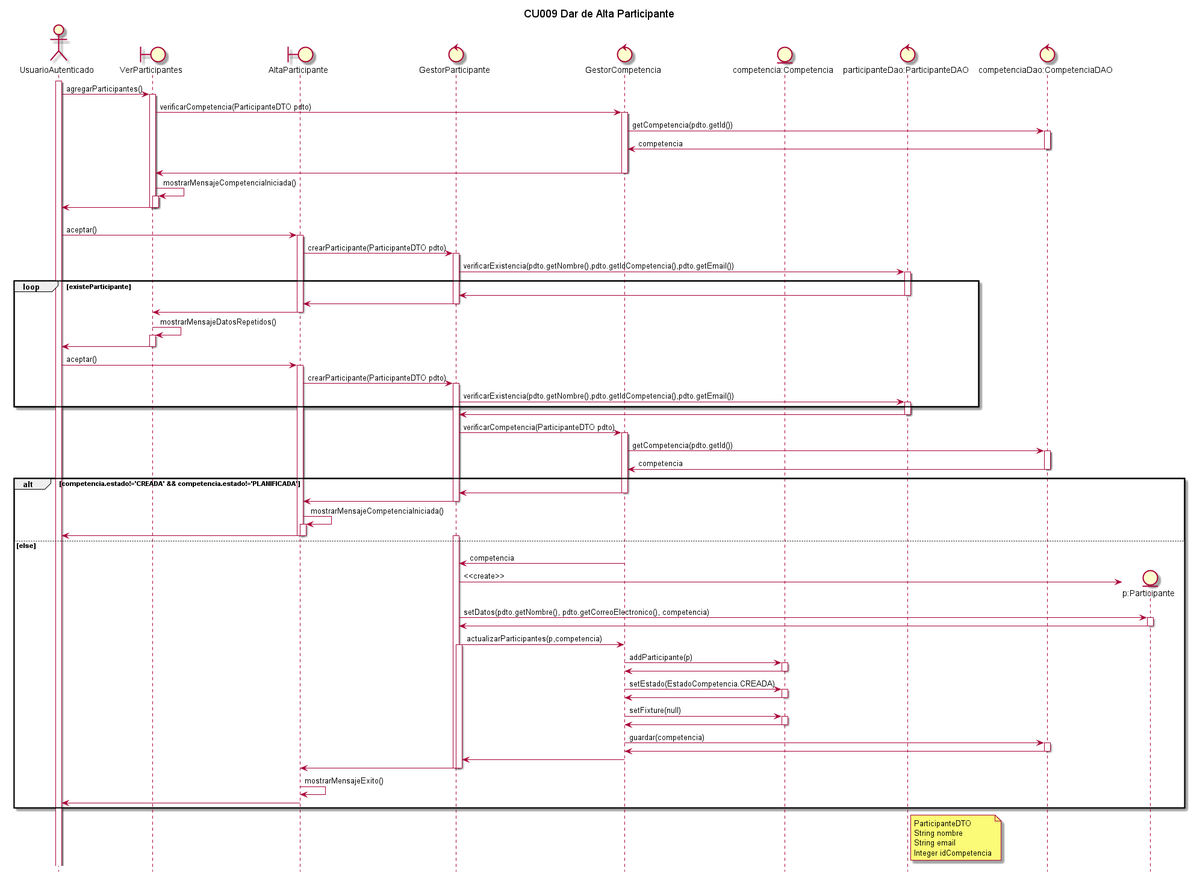
Before: documentacion/codigos/cu009.png, a diagram exported from PlantUML (fideldalmasso/dondeJuego). The source it was exported from:
```plantuml
@startuml

actor UsuarioAutenticado
title CU009 Dar de Alta Participante
boundary VerParticipantes
boundary AltaParticipante
control GestorParticipante
control GestorCompetencia
entity "competencia:Competencia" as CC
control "participanteDao:ParticipanteDAO" as PD
control "competenciaDao:CompetenciaDAO" as CD

activate UsuarioAutenticado
UsuarioAutenticado -> VerParticipantes: agregarParticipantes()

activate VerParticipantes
VerParticipantes -> GestorCompetencia: verificarCompetencia(ParticipanteDTO pdto)
activate GestorCompetencia
GestorCompetencia -> CD: getCompetencia(pdto.getId())
activate CD
CD -> GestorCompetencia: competencia
deactivate CD




alt competencia.estado!='CREADA' && competencia.estado!='PLANIFICADA2'
    GestorCompetencia -> VerParticipantes
    deactivate GestorCompetencia
VerParticipantes -> VerParticipantes: mostrarMensajeCompetenciaIniciada()
    activate VerParticipantes
    VerParticipantes -> UsuarioAutenticado
    deactivate VerParticipantes
    deactivate VerParticipantes

else else

UsuarioAutenticado -> AltaParticipante: aceptar()

activate AltaParticipante
AltaParticipante -> GestorParticipante: crearParticipante(ParticipanteDTO pdto)
activate GestorParticipante


GestorParticipante -> PD: verificarExistencia(pdto.getNombre(),pdto.getIdCompetencia(),pdto.getEmail())
activate PD
loop existeParticipante
PD -> GestorParticipante
 deactivate PD
GestorParticipante -> AltaParticipante
 deactivate GestorParticipante
AltaParticipante -> VerParticipantes
    deactivate AltaParticipante
VerParticipantes -> VerParticipantes: mostrarMensajeDatosRepetidos()
    activate VerParticipantes
    VerParticipantes -> UsuarioAutenticado
    deactivate VerParticipantes
    UsuarioAutenticado -> AltaParticipante: aceptar()
    activate AltaParticipante
AltaParticipante -> GestorParticipante: crearParticipante(ParticipanteDTO pdto)
activate GestorParticipante
    GestorParticipante -> PD: verificarExistencia(pdto.getNombre(),pdto.getIdCompetencia(),pdto.getEmail())
activate PD

end

PD -> GestorParticipante
 deactivate PD

GestorParticipante -> GestorCompetencia: verificarCompetencia(ParticipanteDTO pdto)
activate GestorCompetencia
GestorCompetencia -> CD: getCompetencia(pdto.getId())
activate CD
CD -> GestorCompetencia: competencia
deactivate CD




alt competencia.estado!='CREADA' && competencia.estado!='PLANIFICADA'
    GestorCompetencia -> GestorParticipante
    deactivate GestorCompetencia
GestorParticipante -> AltaParticipante
deactivate GestorParticipante
AltaParticipante-> AltaParticipante: mostrarMensajeCompetenciaIniciada()
    activate AltaParticipante
    AltaParticipante-> UsuarioAutenticado
    deactivate AltaParticipante
    deactivate AltaParticipante

else else
activate GestorParticipante
GestorCompetencia -> GestorParticipante: competencia
deactivate GestorCompetencia
create entity "p:Participante" as PP

GestorParticipante -> PP: <<create>>
GestorParticipante -> PP: setDatos(pdto.getNombre(), pdto.getCorreoElectronico(), competencia)

activate PP
PP -> GestorParticipante
deactivate PP
GestorParticipante -> GestorCompetencia: actualizarParticipantes(p,competencia)
activate GestorParticipante
GestorCompetencia -> CC: addParticipante(p)
activate CC
CC -> GestorCompetencia
deactivate CC
GestorCompetencia -> CC: setEstado(EstadoCompetencia.CREADA)
activate CC
CC -> GestorCompetencia
deactivate CC
GestorCompetencia -> CC: setFixture(null)
activate CC
CC -> GestorCompetencia
deactivate CC
GestorCompetencia -> CD: guardar(competencia)
activate CD
CD -> GestorCompetencia
deactivate CD
GestorCompetencia -> GestorParticipante
deactivate GestorCompetencia
GestorParticipante -> AltaParticipante
deactivate GestorParticipante
deactivate GestorParticipante
deactivate GestorParticipante

AltaParticipante -> AltaParticipante: mostrarMensajeExito()

AltaParticipante -> UsuarioAutenticado
deactivate AltaParticipante
end

note right of PD
ParticipanteDTO
String nombre
String email
Integer idCompetencia
end note

hide footbox

@enduml
```
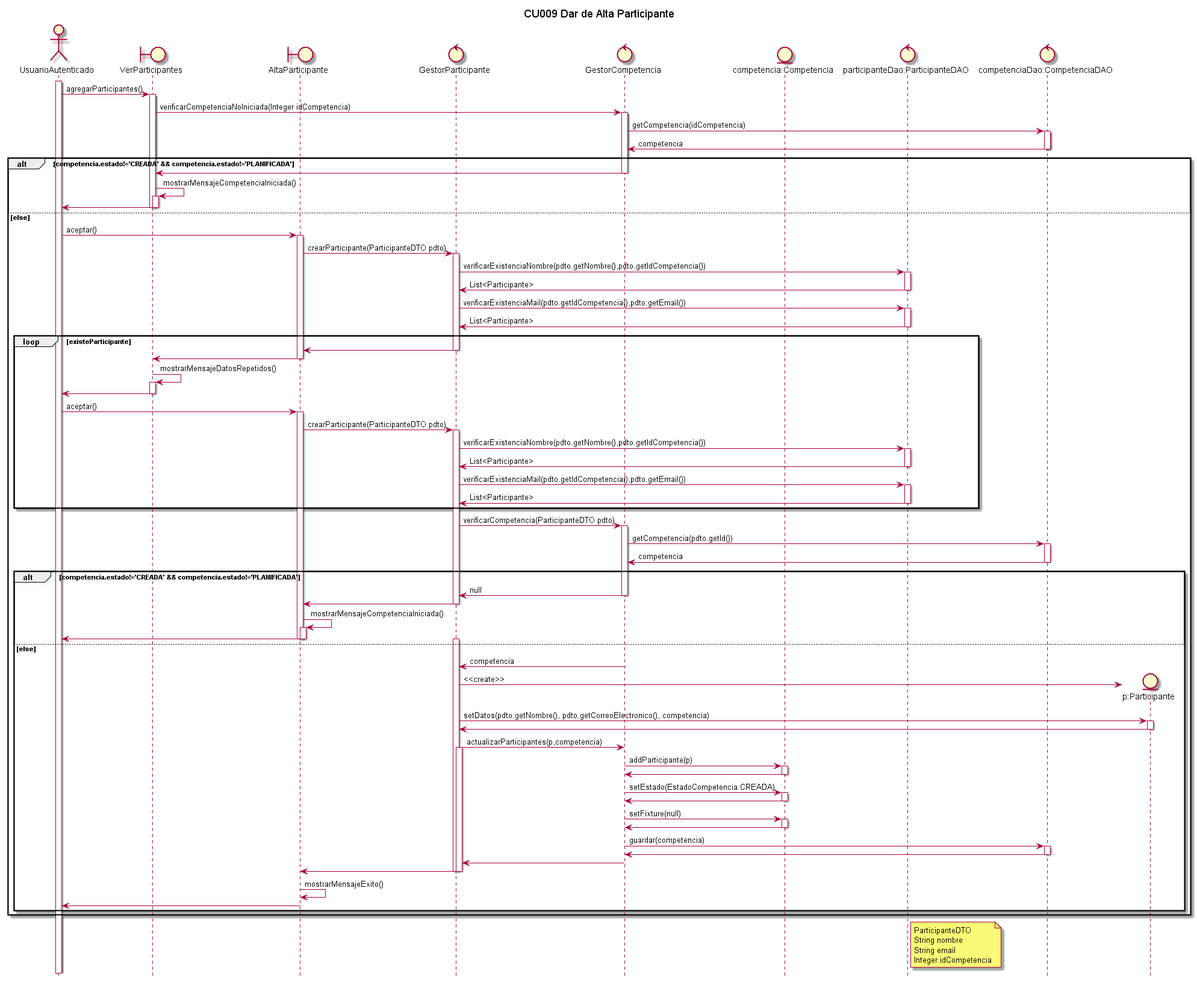
Above is the later version.

Diff of the diagram source:
```diff
@@ -14,9 +14,9 @@
 UsuarioAutenticado -> VerParticipantes: agregarParticipantes()
 
 activate VerParticipantes
-VerParticipantes -> GestorCompetencia: verificarCompetencia(ParticipanteDTO pdto)
+VerParticipantes -> GestorCompetencia: verificarCompetenciaNoIniciada(Integer idCompetencia)
 activate GestorCompetencia
-GestorCompetencia -> CD: getCompetencia(pdto.getId())
+GestorCompetencia -> CD: getCompetencia(idCompetencia)
 activate CD
 CD -> GestorCompetencia: competencia
 deactivate CD
@@ -24,7 +24,7 @@
 
 
 
-alt competencia.estado!='CREADA' && competencia.estado!='PLANIFICADA2'
+alt competencia.estado!='CREADA' && competencia.estado!='PLANIFICADA'
     GestorCompetencia -> VerParticipantes
     deactivate GestorCompetencia
 VerParticipantes -> VerParticipantes: mostrarMensajeCompetenciaIniciada()
@@ -42,11 +42,15 @@
 activate GestorParticipante
 
 
-GestorParticipante -> PD: verificarExistencia(pdto.getNombre(),pdto.getIdCompetencia(),pdto.getEmail())
+GestorParticipante -> PD: verificarExistenciaNombre(pdto.getNombre(),pdto.getIdCompetencia())
 activate PD
+PD -> GestorParticipante: List<Participante>
+deactivate PD
+GestorParticipante -> PD: verificarExistenciaMail(pdto.getIdCompetencia(),pdto.getEmail())
+activate PD
+PD -> GestorParticipante: List<Participante>
+deactivate PD
 loop existeParticipante
-PD -> GestorParticipante
- deactivate PD
 GestorParticipante -> AltaParticipante
  deactivate GestorParticipante
 AltaParticipante -> VerParticipantes
@@ -59,13 +63,17 @@
     activate AltaParticipante
 AltaParticipante -> GestorParticipante: crearParticipante(ParticipanteDTO pdto)
 activate GestorParticipante
-    GestorParticipante -> PD: verificarExistencia(pdto.getNombre(),pdto.getIdCompetencia(),pdto.getEmail())
+    GestorParticipante -> PD: verificarExistenciaNombre(pdto.getNombre(),pdto.getIdCompetencia())
 activate PD
+PD -> GestorParticipante: List<Participante>
+deactivate PD
+GestorParticipante -> PD: verificarExistenciaMail(pdto.getIdCompetencia(),pdto.getEmail())
+activate PD
+PD -> GestorParticipante: List<Participante>
+deactivate PD
 
 end
 
-PD -> GestorParticipante
- deactivate PD
 
 GestorParticipante -> GestorCompetencia: verificarCompetencia(ParticipanteDTO pdto)
 activate GestorCompetencia
@@ -78,7 +86,7 @@
 
 
 alt competencia.estado!='CREADA' && competencia.estado!='PLANIFICADA'
-    GestorCompetencia -> GestorParticipante
+    GestorCompetencia -> GestorParticipante: null
     deactivate GestorCompetencia
 GestorParticipante -> AltaParticipante
 deactivate GestorParticipante
@@ -130,7 +138,7 @@
 AltaParticipante -> UsuarioAutenticado
 deactivate AltaParticipante
 end
-
+end
 note right of PD
 ParticipanteDTO
 String nombre
```
